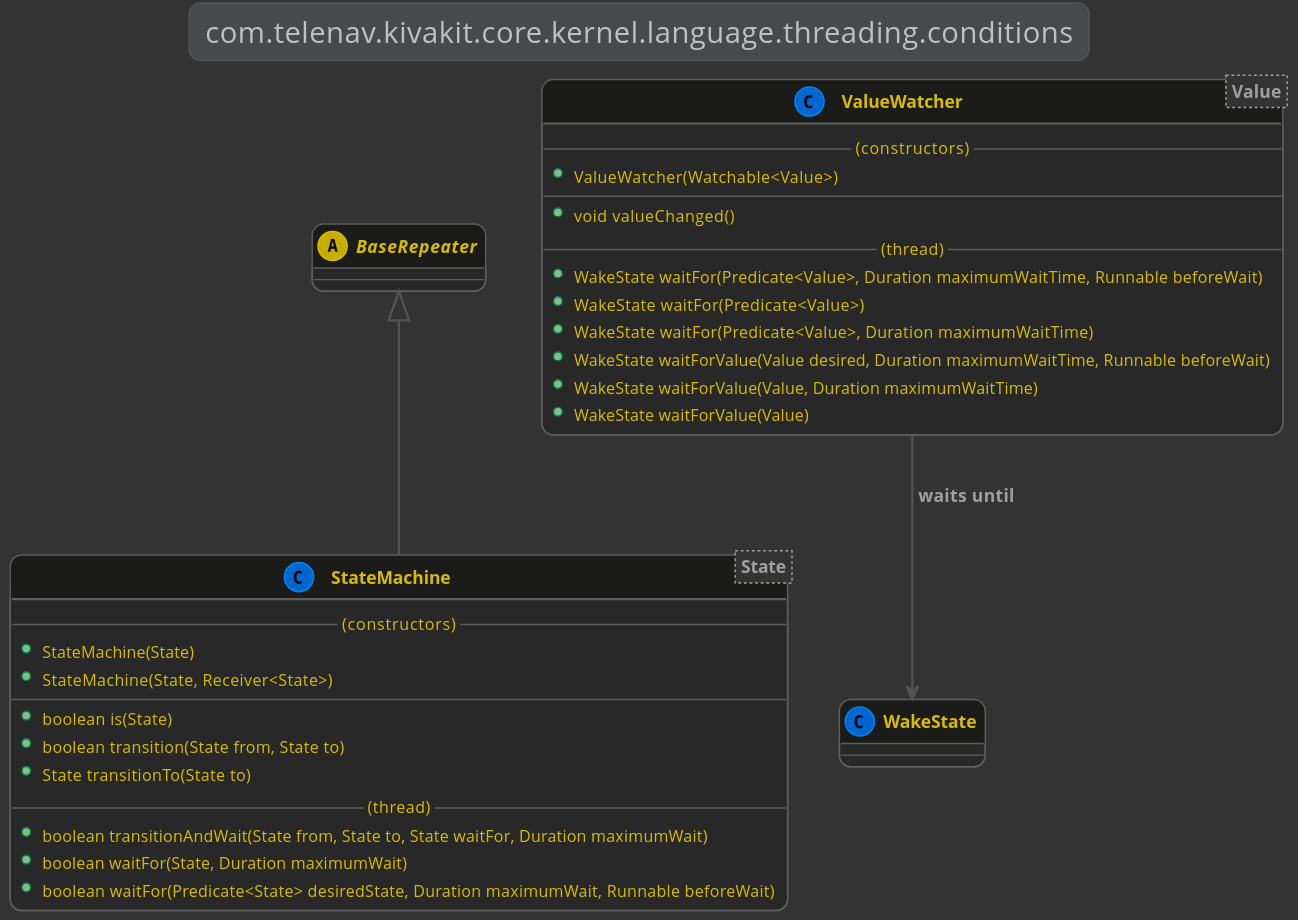
The PlantUML diagram kivakit-core/kernel/documentation/diagrams/com.telenav.kivakit.core.kernel.language.threading.conditions.svg in Telenav/kivakit, before a commit.
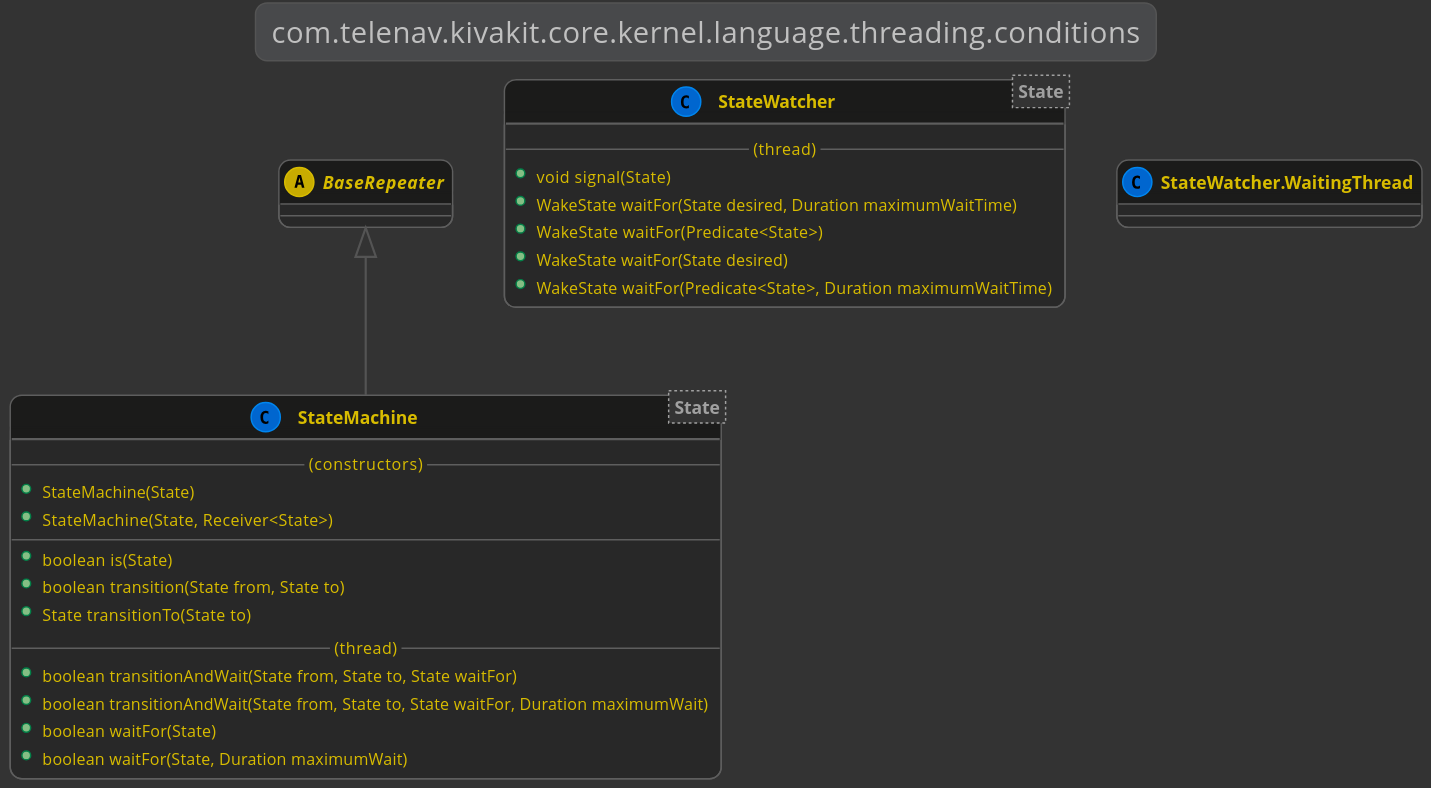
Later version of the same file.

What changed in the source:
```diff
@@ -17,25 +17,24 @@
         +boolean transition(State from, State to)
         +State transitionTo(State to)
         --(thread)--
+        +boolean transitionAndWait(State from, State to, State waitFor)
         +boolean transitionAndWait(State from, State to, State waitFor, Duration maximumWait)
+        +boolean waitFor(State)
         +boolean waitFor(State, Duration maximumWait)
-        +boolean waitFor(Predicate<State> desiredState, Duration maximumWait, Runnable beforeWait)
     }
 
-    ValueWatcher --> WakeState : "waits until"
-    class ValueWatcher<Value>
+    class StateWatcher<State>
     {
-        --(constructors)--
-        +ValueWatcher(Watchable<Value>)
-        --
-        +void valueChanged()
         --(thread)--
-        +WakeState waitFor(Predicate<Value>, Duration maximumWaitTime, Runnable beforeWait)
-        +WakeState waitFor(Predicate<Value>)
-        +WakeState waitFor(Predicate<Value>, Duration maximumWaitTime)
-        +WakeState waitForValue(Value desired, Duration maximumWaitTime, Runnable beforeWait)
-        +WakeState waitForValue(Value, Duration maximumWaitTime)
-        +WakeState waitForValue(Value)
+        +void signal(State)
+        +WakeState waitFor(State desired, Duration maximumWaitTime)
+        +WakeState waitFor(Predicate<State>)
+        +WakeState waitFor(State desired)
+        +WakeState waitFor(Predicate<State>, Duration maximumWaitTime)
+    }
+
+    class StateWatcher.WaitingThread
+    {
     }
 
 @enduml
```
